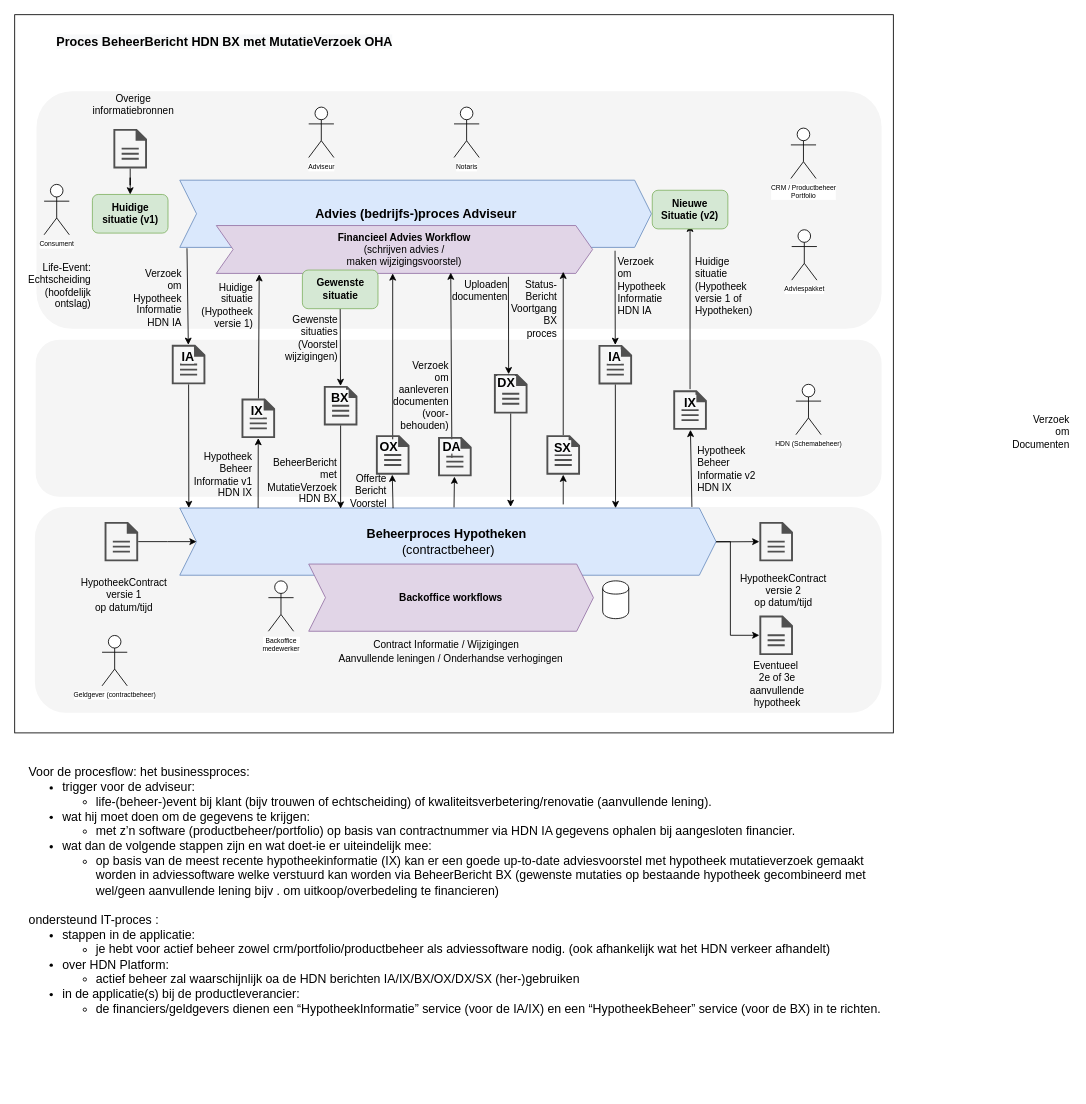
Earlier version of the draw.io diagram page "Mutatieproces" (3 of 6) of HDN-Procesplaten.drawio (luchthandel/diagrams). Source tidied: cells renumbered, new cells numbered last; positions are measured from the earlier drawing's top-left corner, leaving out a move shared by most shapes. Both pictures are drawn from the tidied source at 84%, with x=0, y=0 at pixel (14, 14).
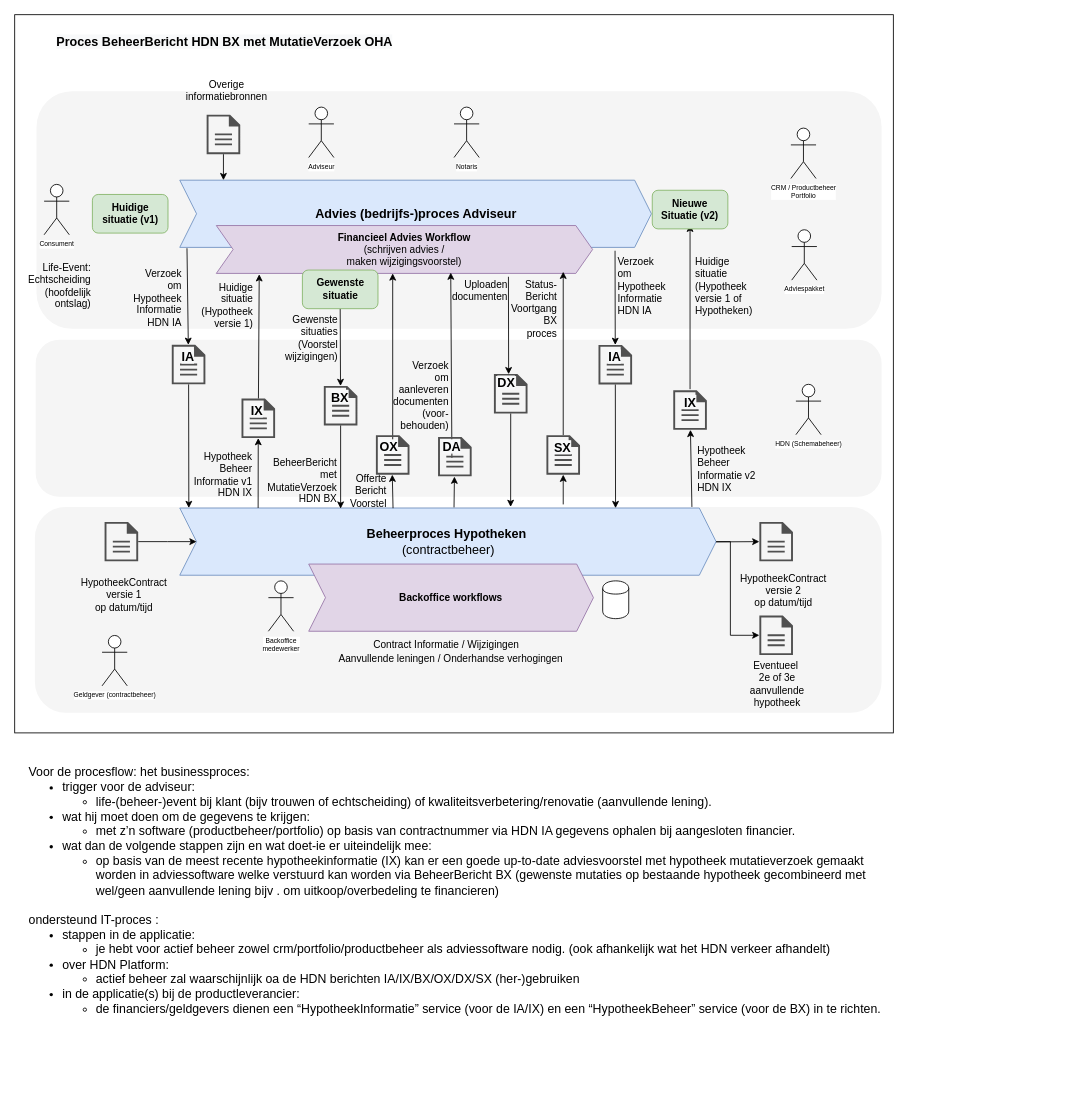
The same page after the edit.

Unchanged cells that the change refers to:
```xml
<mxCell id="29" value="Huidige situatie (v1)" style="rounded=1;whiteSpace=wrap;html=1;fontStyle=1;fillColor=#d5e8d4;strokeColor=#82b366;" parent="1" vertex="1">
  <mxGeometry x="92.5" y="214" width="90" height="46" as="geometry" />
</mxCell>
```

What changed in the source:
```diff
@@
-    <mxCell id="28" style="edgeStyle=orthogonalEdgeStyle;rounded=0;jettySize=auto;html=1;entryX=0.5;entryY=0;entryDx=0;entryDy=0;" parent="1" edge="1" source="33" target="29">
-      <mxGeometry relative="1" as="geometry" />
+    <mxCell id="28" style="edgeStyle=orthogonalEdgeStyle;rounded=0;jettySize=auto;html=1;entryX=0.5;entryY=0;entryDx=0;entryDy=0;" parent="1" edge="1" source="33">
+      <mxGeometry relative="1" as="geometry">
+        <mxPoint x="248.5" y="197" as="targetPoint" />
+      </mxGeometry>
     </mxCell>
@@
     <mxCell id="33" style="shadow=0;dashed=0;html=1;strokeColor=none;fillColor=#505050;labelPosition=center;verticalLabelPosition=bottom;verticalAlign=top;outlineConnect=0;align=center;shape=mxgraph.office.concepts.document;labelBackgroundColor=none;fontColor=#000000;" parent="1" vertex="1">
-      <mxGeometry x="117.5" y="136" width="40" height="47" as="geometry" />
+      <mxGeometry x="228.5" y="119" width="40" height="47" as="geometry" />
     </mxCell>
@@
     <mxCell id="35" value="&lt;div&gt;&lt;font face=&quot;helvetica&quot;&gt;&lt;span style=&quot;font-size: 12px&quot;&gt;Overige informatiebronnen&lt;/span&gt;&lt;/font&gt;&lt;/div&gt;" style="text;whiteSpace=wrap;html=1;fontSize=8;align=center;" parent="1" vertex="1">
-      <mxGeometry x="107.5" y="87" width="66.5" height="57" as="geometry" />
+      <mxGeometry x="218.5" y="70" width="66.5" height="57" as="geometry" />
     </mxCell>
@@
-    <mxCell id="82" value="&lt;div&gt;&lt;font face=&quot;helvetica&quot;&gt;&lt;span style=&quot;font-size: 12px&quot;&gt;Verzoek&lt;/span&gt;&lt;/font&gt;&lt;/div&gt;&lt;div&gt;&lt;font face=&quot;helvetica&quot;&gt;&lt;span style=&quot;font-size: 12px&quot;&gt;om&lt;/span&gt;&lt;/font&gt;&lt;/div&gt;&lt;div&gt;&lt;font face=&quot;helvetica&quot;&gt;&lt;span style=&quot;font-size: 12px&quot;&gt;Documenten&lt;/span&gt;&lt;/font&gt;&lt;/div&gt;" style="text;whiteSpace=wrap;html=1;fontSize=8;align=right;" parent="1" vertex="1">
-      <mxGeometry x="1209" y="469" width="49" height="57" as="geometry" />
-    </mxCell>
```
